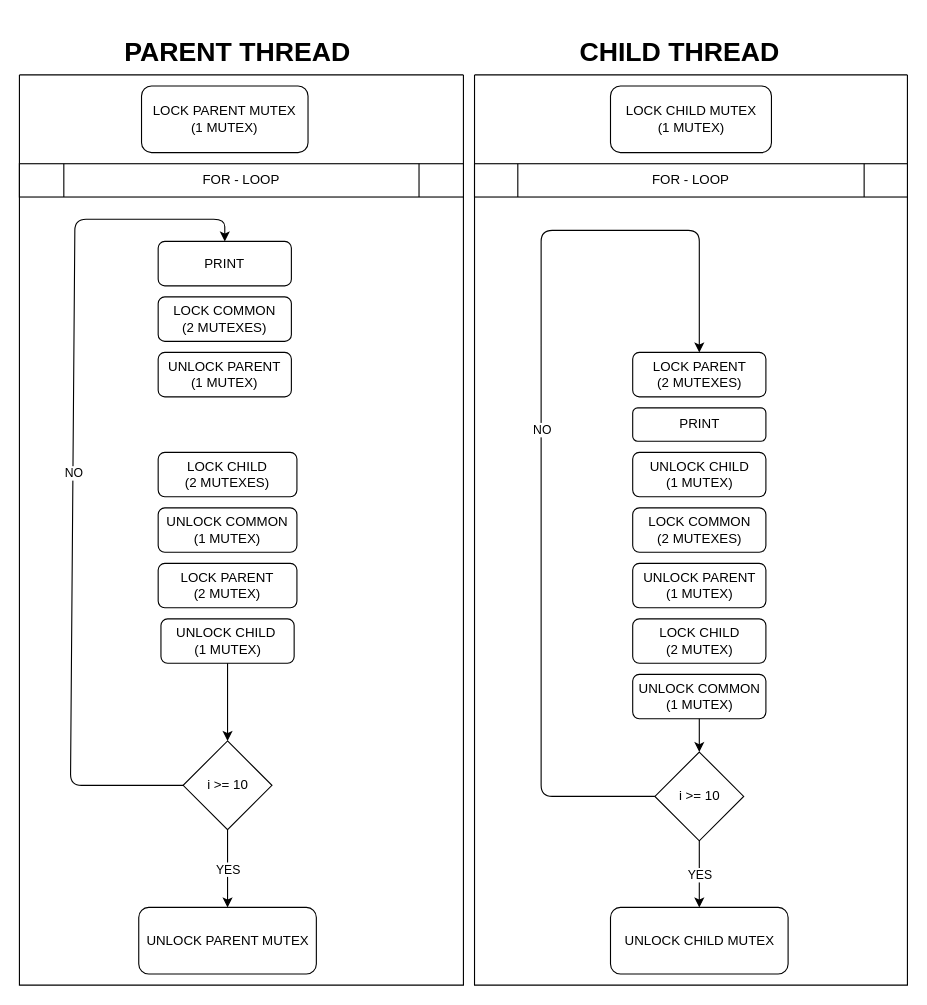
dyuganov/os_2 keeps this draw.io diagram as task11/lab11_finite_state_machine.drawio. Above is the earlier version. Source tidied: cells renumbered, new cells numbered last; positions are measured from the earlier drawing's top-left corner, leaving out a move shared by most shapes. Both pictures are drawn from the tidied source at 111%, with x=0, y=0 at pixel (19, 30).
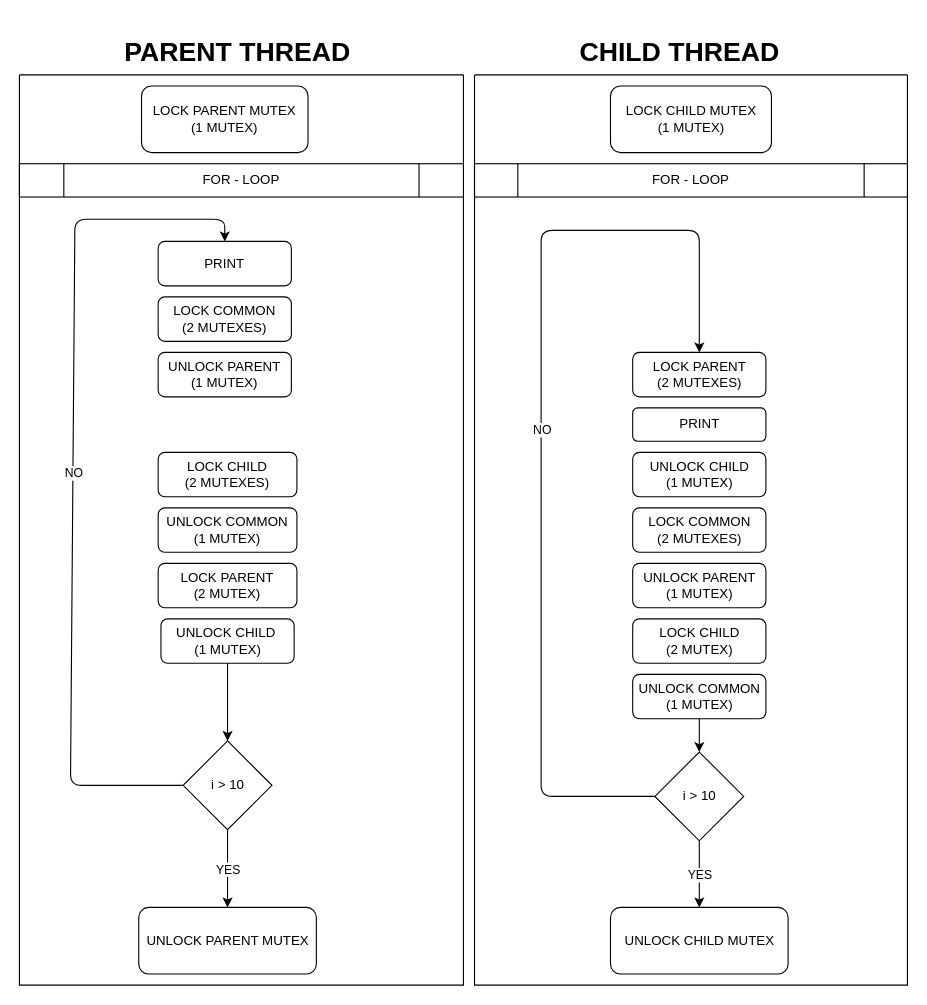
After the change.

Unchanged cells that the change refers to:
```xml
<mxCell id="2" style="swimlane;startSize=0;" parent="1" vertex="1">
  <mxGeometry y="40" width="400" height="820" as="geometry" />
</mxCell>
<mxCell id="19" style="swimlane;startSize=0;" parent="1" vertex="1">
  <mxGeometry x="410" y="40" width="390" height="820" as="geometry" />
</mxCell>
```

What changed in the source:
```diff
@@
-    <mxCell id="6" value="i &amp;gt;= 10" style="rhombus;whiteSpace=wrap;html=1;" parent="2" vertex="1">
+    <mxCell id="6" value="i &amp;gt; 10" style="rhombus;whiteSpace=wrap;html=1;" parent="2" vertex="1">
       <mxGeometry x="147.5" y="600" width="80" height="80" as="geometry" />
     </mxCell>
@@
-    <mxCell id="23" value="i &amp;gt;= 10" style="rhombus;whiteSpace=wrap;html=1;" parent="19" vertex="1">
+    <mxCell id="23" value="i &amp;gt; 10" style="rhombus;whiteSpace=wrap;html=1;" parent="19" vertex="1">
       <mxGeometry x="162.5" y="610" width="80" height="80" as="geometry" />
     </mxCell>
```
